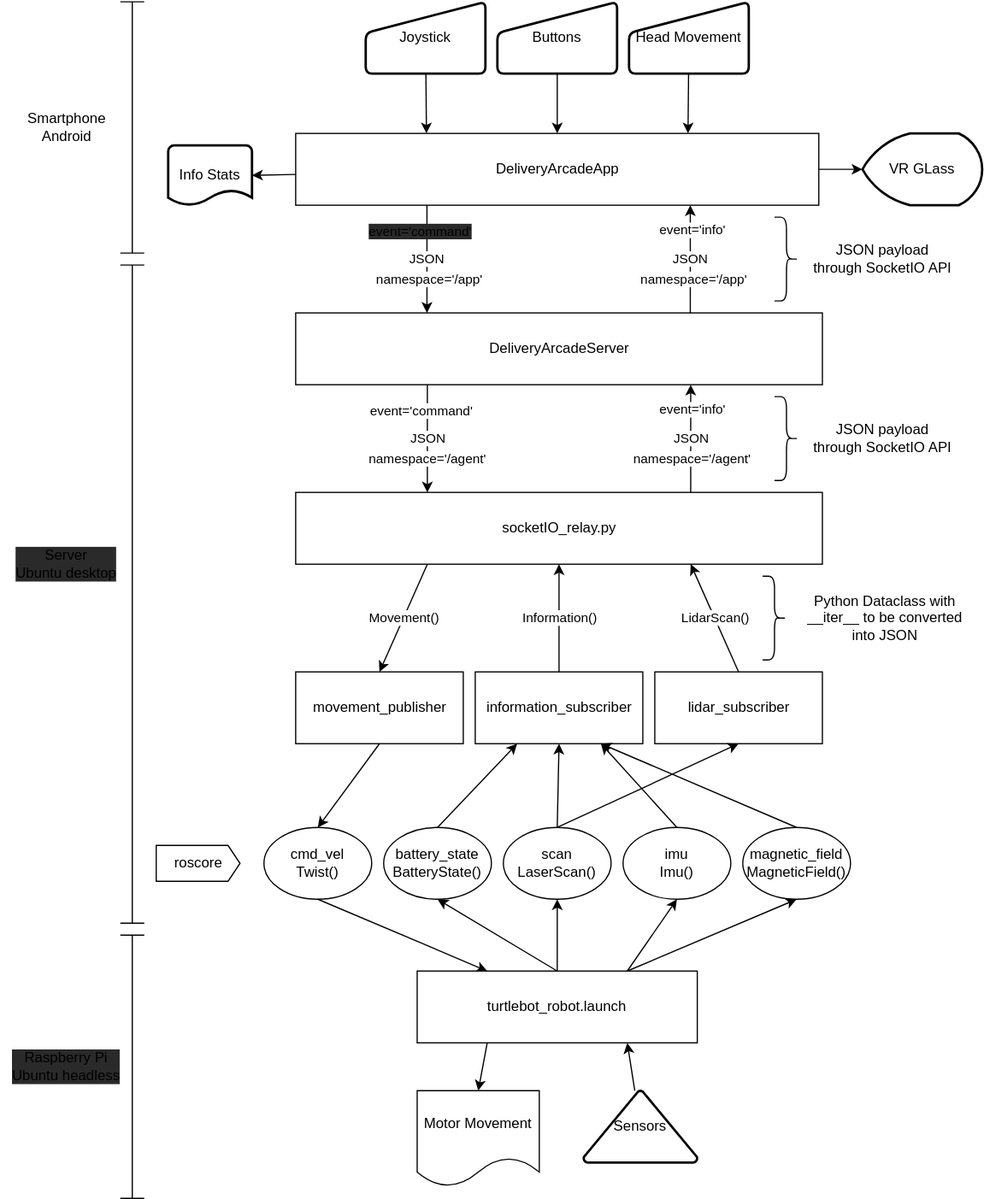
Above: control_data_flow.svg in Guerilla-Coders/Delievery-Arcade-Agent (draw.io), before the change. Source tidied: cells renumbered, new cells last; positions are measured from the earlier drawing's top-left corner, leaving out a move shared by most shapes.
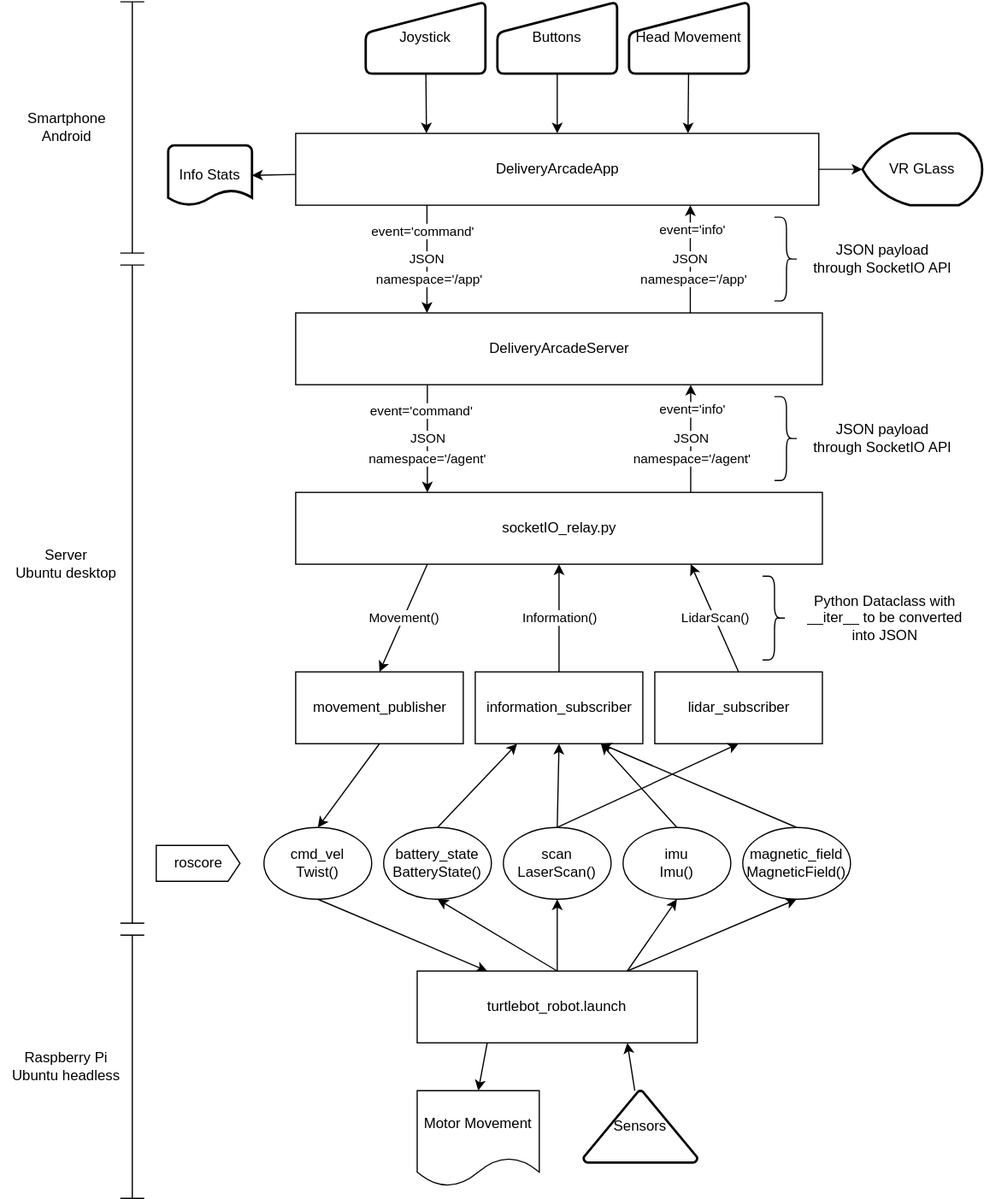
The same file after the commit.

Commit message:
다이어그램 수정

The edit, as a diff of the source:
```diff
@@ -99,11 +99,6 @@
     <mxCell id="29" value="JSON" style="edgeLabel;html=1;align=center;verticalAlign=middle;" parent="28" vertex="1">
       <mxGeometry relative="1" as="geometry" />
     </mxCell>
-    <mxCell id="30" value="event='command'" style="edgeLabel;html=1;align=left;verticalAlign=bottom;labelBackgroundColor=#2A2A2A;" parent="28" vertex="1">
-      <mxGeometry x="-1" relative="1" as="geometry">
-        <mxPoint x="-50" y="30" as="offset" />
-      </mxGeometry>
-    </mxCell>
     <mxCell id="31" value="namespace='/app'" style="edgeLabel;html=1;align=right;verticalAlign=bottom;" parent="28" vertex="1">
       <mxGeometry x="1" relative="1" as="geometry">
         <mxPoint x="47" y="-20" as="offset" />
@@ -236,11 +231,14 @@
     <mxCell id="71" value="Smartphone&lt;br&gt;Android" style="text;html=1;strokeColor=none;fillColor=none;align=center;verticalAlign=middle;whiteSpace=wrap;rounded=0;" parent="1" vertex="1">
       <mxGeometry x="7.5" y="85" width="95" height="40" as="geometry" />
     </mxCell>
-    <mxCell id="72" value="Server&lt;br&gt;Ubuntu desktop" style="text;html=1;strokeColor=none;fillColor=none;align=center;verticalAlign=middle;whiteSpace=wrap;rounded=0;labelBackgroundColor=#2A2A2A;" parent="1" vertex="1">
+    <mxCell id="72" value="Server&lt;br&gt;Ubuntu desktop" style="text;html=1;strokeColor=none;fillColor=none;align=center;verticalAlign=middle;whiteSpace=wrap;rounded=0;" parent="1" vertex="1">
       <mxGeometry x="10" y="460" width="90" height="20" as="geometry" />
     </mxCell>
-    <mxCell id="73" value="Raspberry Pi&lt;br&gt;Ubuntu headless" style="text;html=1;strokeColor=none;fillColor=none;align=center;verticalAlign=middle;whiteSpace=wrap;rounded=0;labelBackgroundColor=#2A2A2A;" parent="1" vertex="1">
+    <mxCell id="73" value="Raspberry Pi&lt;br&gt;Ubuntu headless" style="text;html=1;strokeColor=none;fillColor=none;align=center;verticalAlign=middle;whiteSpace=wrap;rounded=0;" parent="1" vertex="1">
       <mxGeometry y="865" width="110" height="50" as="geometry" />
     </mxCell>
+    <mxCell id="30" value="event='command'" style="edgeLabel;html=1;align=right;verticalAlign=bottom;" parent="1" vertex="1">
+      <mxGeometry x="396.5" y="200" as="geometry" />
+    </mxCell>
   </root>
 </mxGraphModel>
```
